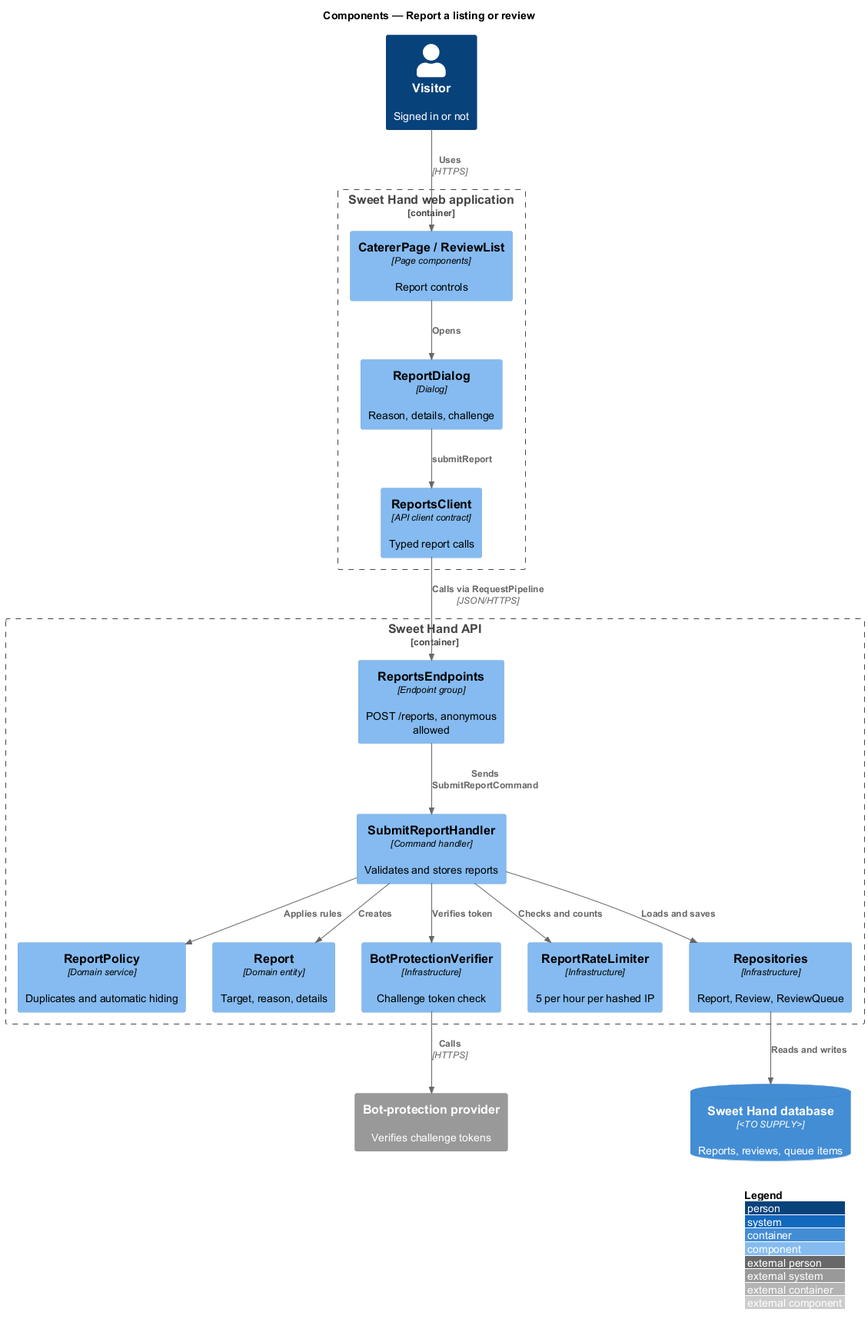
Before: docs/detailed-designs/moderation/report-content/diagrams/c4-component.png, a diagram exported from PlantUML (QuinntyneBrown/sweet-hand).
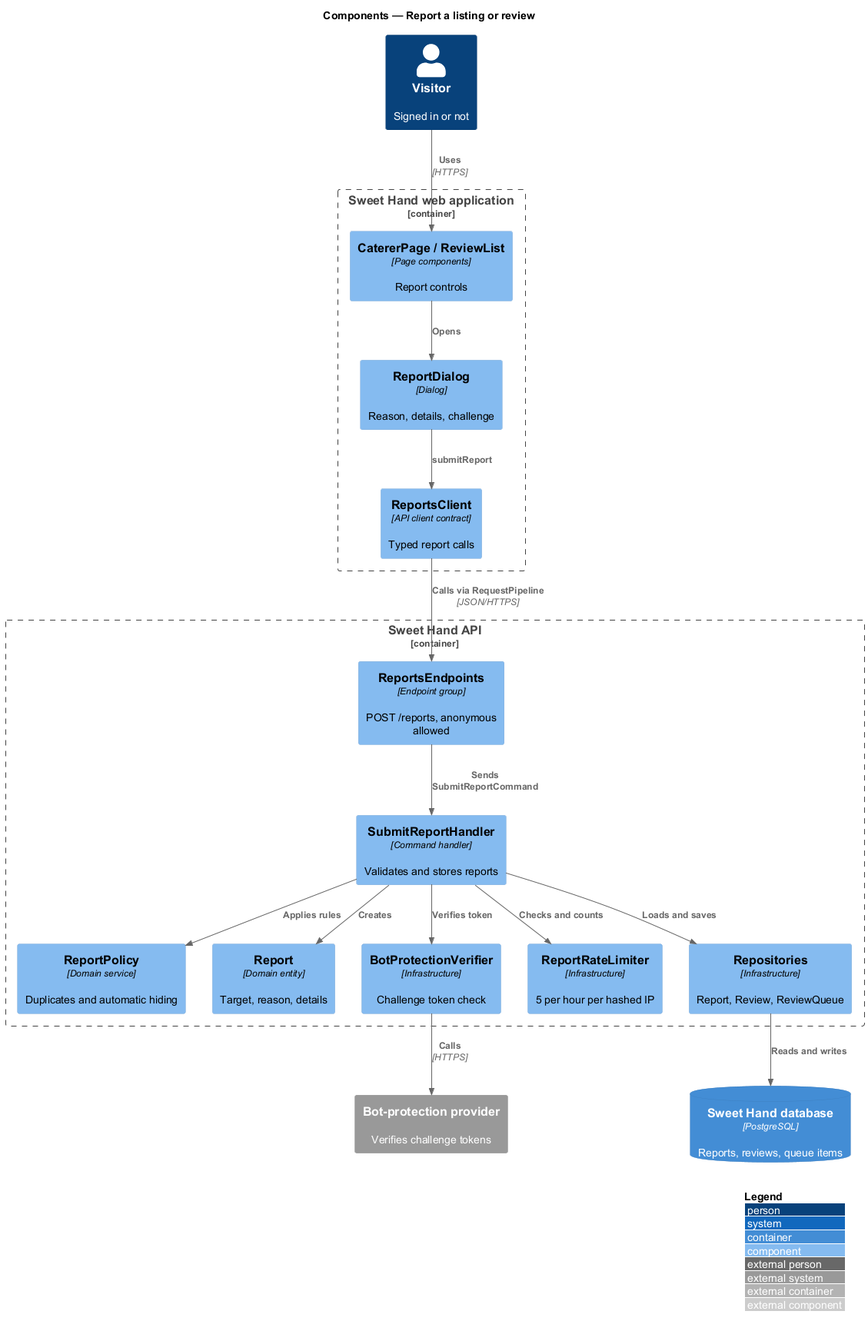
Later version of the same file.

Diff of the diagram source:
```diff
@@ -19,7 +19,7 @@
   Component(limiter, "ReportRateLimiter", "Infrastructure", "5 per hour per hashed IP")
   Component(repos, "Repositories", "Infrastructure", "Report, Review, ReviewQueue")
 }
-ContainerDb(db, "Sweet Hand database", "<TO SUPPLY>", "Reports, reviews, queue items")
+ContainerDb(db, "Sweet Hand database", "PostgreSQL", "Reports, reviews, queue items")
 
 Rel(visitor, pages, "Uses", "HTTPS")
 Rel(pages, dialog, "Opens")
```
